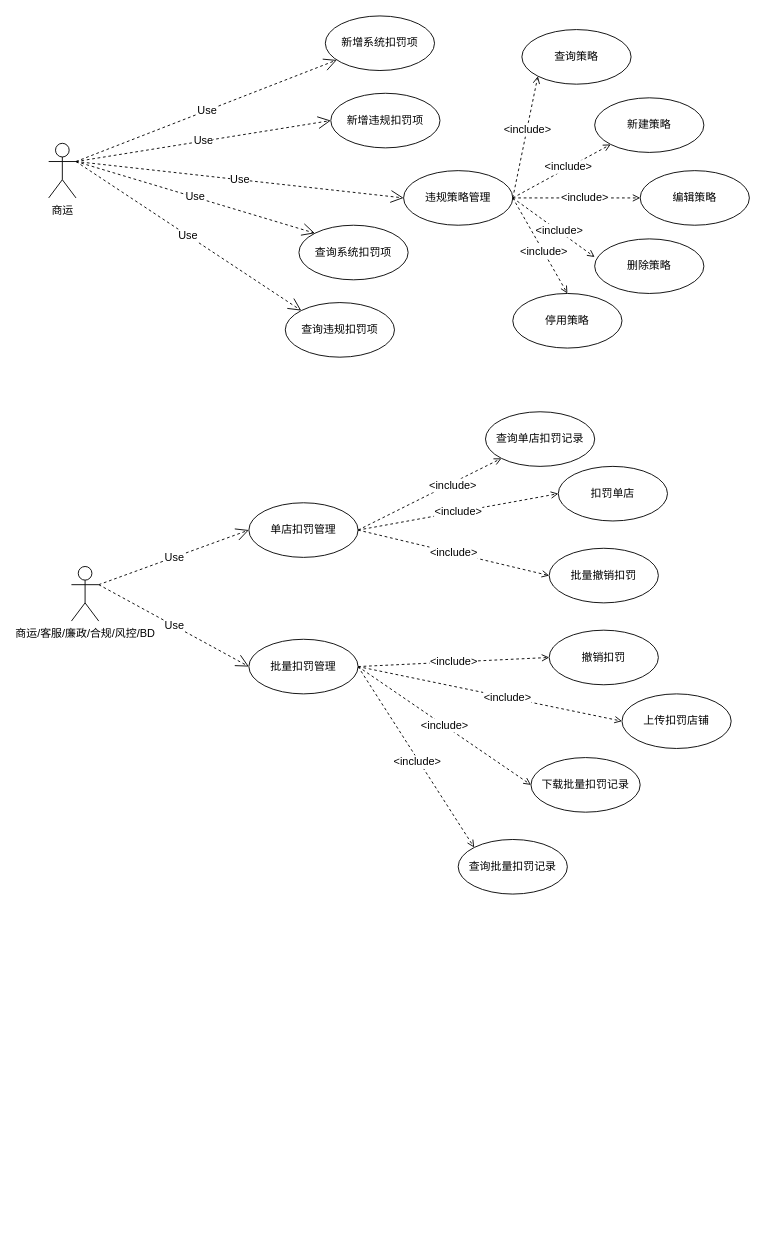
Before: page "用例图" (1 of 3) of 信用分架构.drawio in jon-kong/draw.io, a draw.io diagram. Source tidied: cells renumbered, new cells numbered last; positions are measured from the earlier drawing's top-left corner, leaving out a move shared by most shapes. Both pictures are drawn from the tidied source at 91%, with x=0, y=0 at pixel (48, 15).
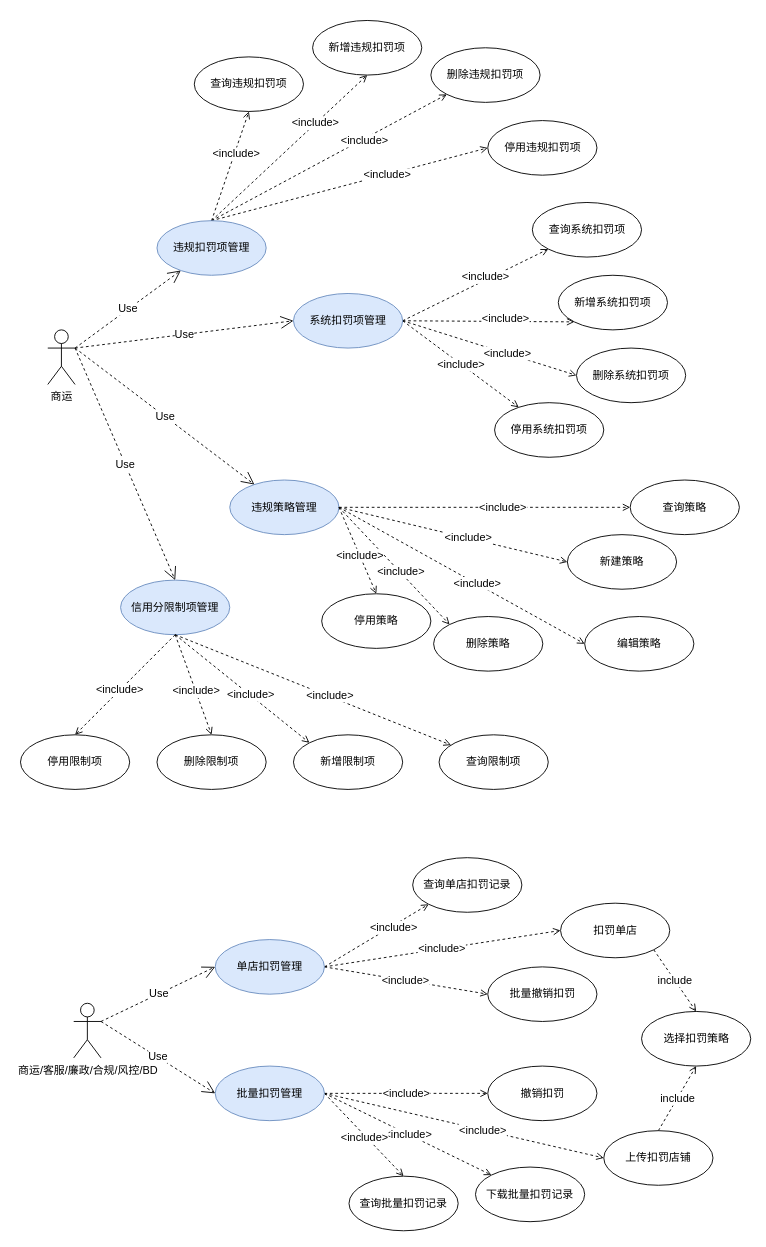
Above is the later version.

Commit message (it also covers changes not shown here):
Update 信用分架构.drawio

The edit, as a diff of the source:
```diff
@@
     <mxCell id="2" value="商运/客服/廉政/合规/风控/BD" style="shape=umlActor;verticalLabelPosition=bottom;labelBackgroundColor=#ffffff;verticalAlign=top;html=1;outlineConnect=0;glass=0;comic=0;strokeColor=#000000;fontSize=12;fontColor=#000000;" parent="1" vertex="1">
-      <mxGeometry x="25" y="605" width="30" height="60" as="geometry" />
+      <mxGeometry x="27.5" y="1085" width="30" height="60" as="geometry" />
     </mxCell>
     <mxCell id="3" value="商运" style="shape=umlActor;verticalLabelPosition=bottom;labelBackgroundColor=#ffffff;verticalAlign=top;html=1;outlineConnect=0;glass=0;comic=0;strokeColor=#000000;fontSize=12;fontColor=#000000;" parent="1" vertex="1">
-      <mxGeometry y="140" width="30" height="60" as="geometry" />
+      <mxGeometry x="-1" y="345" width="30" height="60" as="geometry" />
     </mxCell>
@@
-    <mxCell id="9" value="单店扣罚管理" style="ellipse;whiteSpace=wrap;html=1;glass=0;comic=0;strokeColor=#000000;fontSize=12;fontColor=#000000;" parent="1" vertex="1">
-      <mxGeometry x="220" y="535" width="120" height="60" as="geometry" />
+    <mxCell id="9" value="单店扣罚管理" style="ellipse;whiteSpace=wrap;html=1;glass=0;comic=0;strokeColor=#6c8ebf;fontSize=12;fillColor=#dae8fc;" parent="1" vertex="1">
+      <mxGeometry x="183" y="1015" width="120" height="60" as="geometry" />
     </mxCell>
@@
-    <mxCell id="11" value="&amp;lt;include&amp;gt;" style="edgeStyle=none;rounded=0;jettySize=auto;html=1;exitX=1;exitY=0.5;exitDx=0;exitDy=0;entryX=0;entryY=0.5;entryDx=0;entryDy=0;dashed=1;startArrow=none;startFill=0;endArrow=open;endFill=0;fontSize=12;fontColor=#000000;" parent="1" edge="1" source="16" target="25">
+    <mxCell id="11" value="&amp;lt;include&amp;gt;" style="edgeStyle=none;rounded=0;jettySize=auto;html=1;exitX=1;exitY=0.5;exitDx=0;exitDy=0;entryX=0;entryY=0;entryDx=0;entryDy=0;dashed=1;startArrow=none;startFill=0;endArrow=open;endFill=0;fontSize=12;fontColor=#000000;" parent="1" edge="1" source="16" target="25">
       <mxGeometry relative="1" as="geometry" />
     </mxCell>
-    <mxCell id="12" style="edgeStyle=none;rounded=0;jettySize=auto;html=1;exitX=1;exitY=0.5;exitDx=0;exitDy=0;entryX=0;entryY=0;entryDx=0;entryDy=0;dashed=1;startArrow=none;startFill=0;endArrow=open;endFill=0;fontSize=12;fontColor=#000000;" parent="1" edge="1" source="16" target="18">
+    <mxCell id="12" style="edgeStyle=none;rounded=0;jettySize=auto;html=1;exitX=1;exitY=0.5;exitDx=0;exitDy=0;entryX=0.5;entryY=0;entryDx=0;entryDy=0;dashed=1;startArrow=none;startFill=0;endArrow=open;endFill=0;fontSize=12;fontColor=#000000;" parent="1" edge="1" source="16" target="18">
       <mxGeometry relative="1" as="geometry" />
     </mxCell>
@@
-    <mxCell id="16" value="批量扣罚管理" style="ellipse;whiteSpace=wrap;html=1;glass=0;comic=0;strokeColor=#000000;fontSize=12;fontColor=#000000;" parent="1" vertex="1">
-      <mxGeometry x="220" y="685" width="120" height="60" as="geometry" />
+    <mxCell id="16" value="批量扣罚管理" style="ellipse;whiteSpace=wrap;html=1;glass=0;comic=0;strokeColor=#6c8ebf;fontSize=12;fillColor=#dae8fc;" parent="1" vertex="1">
+      <mxGeometry x="183" y="1154" width="120" height="60" as="geometry" />
     </mxCell>
     <mxCell id="17" value="查询单店扣罚记录" style="ellipse;whiteSpace=wrap;html=1;glass=0;comic=0;strokeColor=#000000;fontSize=12;fontColor=#000000;" parent="1" vertex="1">
-      <mxGeometry x="480" y="435" width="120" height="60" as="geometry" />
+      <mxGeometry x="400" y="925" width="120" height="60" as="geometry" />
     </mxCell>
     <mxCell id="18" value="查询批量扣罚记录" style="ellipse;whiteSpace=wrap;html=1;glass=0;comic=0;strokeColor=#000000;fontSize=12;fontColor=#000000;" parent="1" vertex="1">
-      <mxGeometry x="450" y="905" width="120" height="60" as="geometry" />
+      <mxGeometry x="330" y="1275" width="120" height="60" as="geometry" />
     </mxCell>
-    <mxCell id="19" style="edgeStyle=none;rounded=0;jettySize=auto;html=1;exitX=1;exitY=0.5;exitDx=0;exitDy=0;entryX=0;entryY=1;entryDx=0;entryDy=0;dashed=1;startArrow=none;startFill=0;endArrow=open;endFill=0;fontSize=12;fontColor=#000000;" parent="1" edge="1" source="21" target="35">
+    <mxCell id="19" style="edgeStyle=none;rounded=0;jettySize=auto;html=1;exitX=1;exitY=0.5;exitDx=0;exitDy=0;entryX=0;entryY=0.5;entryDx=0;entryDy=0;dashed=1;startArrow=none;startFill=0;endArrow=open;endFill=0;fontSize=12;fontColor=#000000;" parent="1" edge="1" source="21" target="35">
       <mxGeometry relative="1" as="geometry" />
     </mxCell>
@@
-    <mxCell id="21" value="违规策略管理" style="ellipse;whiteSpace=wrap;html=1;glass=0;comic=0;strokeColor=#000000;fontSize=12;fontColor=#000000;" parent="1" vertex="1">
-      <mxGeometry x="390" y="170" width="120" height="60" as="geometry" />
+    <mxCell id="21" value="违规策略管理" style="ellipse;whiteSpace=wrap;html=1;glass=0;comic=0;strokeColor=#6c8ebf;fontSize=12;fillColor=#dae8fc;" parent="1" vertex="1">
+      <mxGeometry x="199" y="510" width="120" height="60" as="geometry" />
     </mxCell>
@@
     <mxCell id="23" value="查询系统扣罚项" style="ellipse;whiteSpace=wrap;html=1;glass=0;comic=0;strokeColor=#000000;fontSize=12;fontColor=#000000;" parent="1" vertex="1">
-      <mxGeometry x="275" y="230" width="120" height="60" as="geometry" />
+      <mxGeometry x="531.5" y="205" width="120" height="60" as="geometry" />
     </mxCell>
-    <mxCell id="24" value="查询违规扣罚项" style="ellipse;whiteSpace=wrap;html=1;glass=0;comic=0;strokeColor=#000000;fontSize=12;fontColor=#000000;" parent="1" vertex="1">
-      <mxGeometry x="260" y="315" width="120" height="60" as="geometry" />
+    <mxCell id="24" value="新增违规扣罚项" style="ellipse;whiteSpace=wrap;html=1;glass=0;comic=0;strokeColor=#000000;fontSize=12;fontColor=#000000;" parent="1" vertex="1">
+      <mxGeometry x="290" y="5" width="120" height="60" as="geometry" />
     </mxCell>
     <mxCell id="25" value="下载批量扣罚记录" style="ellipse;whiteSpace=wrap;html=1;glass=0;comic=0;strokeColor=#000000;fontSize=12;fontColor=#000000;" parent="1" vertex="1">
-      <mxGeometry x="530" y="815" width="120" height="60" as="geometry" />
+      <mxGeometry x="469" y="1265" width="120" height="60" as="geometry" />
     </mxCell>
     <mxCell id="26" value="新建策略" style="ellipse;whiteSpace=wrap;html=1;glass=0;comic=0;strokeColor=#000000;fontSize=12;fontColor=#000000;" parent="1" vertex="1">
-      <mxGeometry x="600" y="90" width="120" height="60" as="geometry" />
+      <mxGeometry x="570" y="570" width="120" height="60" as="geometry" />
     </mxCell>
-    <mxCell id="27" value="Use" style="endArrow=open;endSize=12;dashed=1;html=1;fontSize=12;fontColor=#000000;entryX=0;entryY=0.5;entryDx=0;entryDy=0;exitX=1;exitY=0.3333333333333333;exitDx=0;exitDy=0;exitPerimeter=0;" parent="1" edge="1" source="3" target="21">
+    <mxCell id="27" value="Use" style="endArrow=open;endSize=12;dashed=1;html=1;fontSize=12;fontColor=#000000;exitX=1;exitY=0.3333333333333333;exitDx=0;exitDy=0;exitPerimeter=0;" parent="1" edge="1" source="3" target="21">
       <mxGeometry relative="1" as="geometry" />
     </mxCell>
+    <mxCell id="51" style="edgeStyle=none;rounded=0;jettySize=auto;html=1;exitX=0.5;exitY=0;exitDx=0;exitDy=0;entryX=0.5;entryY=1;entryDx=0;entryDy=0;dashed=1;startArrow=none;startFill=0;endArrow=open;endFill=0;fontSize=12;fontColor=#000000;" parent="1" edge="1" source="28" target="84">
+      <mxGeometry relative="1" as="geometry" />
+    </mxCell>
+    <mxCell id="52" value="&amp;lt;include&amp;gt;" style="edgeLabel;html=1;align=center;verticalAlign=middle;fontSize=12;fontColor=#000000;" parent="51" vertex="1">
+      <mxGeometry x="0.23" y="-1" relative="1" as="geometry" />
+    </mxCell>
+    <mxCell id="53" style="edgeStyle=none;rounded=0;jettySize=auto;html=1;exitX=0.5;exitY=0;exitDx=0;exitDy=0;entryX=0.5;entryY=1;entryDx=0;entryDy=0;dashed=1;startArrow=none;startFill=0;endArrow=open;endFill=0;fontSize=12;fontColor=#000000;" parent="1" edge="1" source="28" target="24">
+      <mxGeometry relative="1" as="geometry" />
+    </mxCell>
+    <mxCell id="54" value="&amp;lt;include&amp;gt;" style="edgeLabel;html=1;align=center;verticalAlign=middle;fontSize=12;fontColor=#000000;" parent="53" vertex="1">
+      <mxGeometry x="0.34" y="1" relative="1" as="geometry" />
+    </mxCell>
+    <mxCell id="55" style="edgeStyle=none;rounded=0;jettySize=auto;html=1;exitX=0.5;exitY=0;exitDx=0;exitDy=0;entryX=0;entryY=1;entryDx=0;entryDy=0;dashed=1;startArrow=none;startFill=0;endArrow=open;endFill=0;fontSize=12;fontColor=#000000;" parent="1" edge="1" source="28" target="85">
+      <mxGeometry relative="1" as="geometry" />
+    </mxCell>
+    <mxCell id="56" value="&amp;lt;include&amp;gt;" style="edgeLabel;html=1;align=center;verticalAlign=middle;fontSize=12;fontColor=#000000;" parent="55" vertex="1">
+      <mxGeometry x="0.29" y="-1" relative="1" as="geometry" />
+    </mxCell>
+    <mxCell id="57" style="edgeStyle=none;rounded=0;jettySize=auto;html=1;exitX=0.5;exitY=0;exitDx=0;exitDy=0;entryX=0;entryY=0.5;entryDx=0;entryDy=0;dashed=1;startArrow=none;startFill=0;endArrow=open;endFill=0;fontSize=12;fontColor=#000000;" parent="1" edge="1" source="28" target="86">
+      <mxGeometry relative="1" as="geometry" />
+    </mxCell>
+    <mxCell id="58" value="&amp;lt;include&amp;gt;" style="edgeLabel;html=1;align=center;verticalAlign=middle;fontSize=12;fontColor=#000000;" parent="57" vertex="1">
+      <mxGeometry x="0.27" relative="1" as="geometry" />
+    </mxCell>
-    <mxCell id="28" value="新增系统扣罚项" style="ellipse;whiteSpace=wrap;html=1;glass=0;comic=0;strokeColor=#000000;fontSize=12;fontColor=#000000;" parent="1" vertex="1">
-      <mxGeometry x="304" width="120" height="60" as="geometry" />
+    <mxCell id="28" value="违规扣罚项管理" style="ellipse;whiteSpace=wrap;html=1;glass=0;comic=0;strokeColor=#6c8ebf;fontSize=12;fillColor=#dae8fc;" parent="1" vertex="1">
+      <mxGeometry x="119" y="225" width="120" height="60" as="geometry" />
     </mxCell>
+    <mxCell id="59" style="edgeStyle=none;rounded=0;jettySize=auto;html=1;exitX=1;exitY=0.5;exitDx=0;exitDy=0;entryX=0;entryY=1;entryDx=0;entryDy=0;dashed=1;startArrow=none;startFill=0;endArrow=open;endFill=0;fontSize=12;fontColor=#000000;" parent="1" edge="1" source="29" target="23">
+      <mxGeometry relative="1" as="geometry" />
+    </mxCell>
+    <mxCell id="60" value="&amp;lt;include&amp;gt;" style="edgeLabel;html=1;align=center;verticalAlign=middle;fontSize=12;fontColor=#000000;" parent="59" vertex="1">
+      <mxGeometry x="0.17" y="3" relative="1" as="geometry">
+        <mxPoint x="-1" as="offset" />
+      </mxGeometry>
+    </mxCell>
+    <mxCell id="61" style="edgeStyle=none;rounded=0;jettySize=auto;html=1;exitX=1;exitY=0.5;exitDx=0;exitDy=0;entryX=0;entryY=1;entryDx=0;entryDy=0;dashed=1;startArrow=none;startFill=0;endArrow=open;endFill=0;fontSize=12;fontColor=#000000;" parent="1" edge="1" source="29" target="87">
+      <mxGeometry relative="1" as="geometry" />
+    </mxCell>
+    <mxCell id="62" value="&amp;lt;include&amp;gt;" style="edgeLabel;html=1;align=center;verticalAlign=middle;fontSize=12;fontColor=#000000;" parent="61" vertex="1">
+      <mxGeometry x="0.19" y="3" relative="1" as="geometry" />
+    </mxCell>
+    <mxCell id="63" style="edgeStyle=none;rounded=0;jettySize=auto;html=1;exitX=1;exitY=0.5;exitDx=0;exitDy=0;entryX=0;entryY=0.5;entryDx=0;entryDy=0;dashed=1;startArrow=none;startFill=0;endArrow=open;endFill=0;fontSize=12;fontColor=#000000;" parent="1" edge="1" source="29" target="89">
+      <mxGeometry relative="1" as="geometry" />
+    </mxCell>
+    <mxCell id="64" value="&amp;lt;include&amp;gt;" style="edgeLabel;html=1;align=center;verticalAlign=middle;fontSize=12;fontColor=#000000;" parent="63" vertex="1">
+      <mxGeometry x="0.2" y="1" relative="1" as="geometry" />
+    </mxCell>
+    <mxCell id="65" style="edgeStyle=none;rounded=0;jettySize=auto;html=1;exitX=1;exitY=0.5;exitDx=0;exitDy=0;dashed=1;startArrow=none;startFill=0;endArrow=open;endFill=0;fontSize=12;fontColor=#000000;" parent="1" edge="1" source="29" target="88">
+      <mxGeometry relative="1" as="geometry" />
+    </mxCell>
+    <mxCell id="66" value="&amp;lt;include&amp;gt;" style="edgeLabel;html=1;align=center;verticalAlign=middle;fontSize=12;fontColor=#000000;" parent="65" vertex="1">
+      <mxGeometry x="-0.01" relative="1" as="geometry" />
+    </mxCell>
-    <mxCell id="29" value="新增违规扣罚项" style="ellipse;whiteSpace=wrap;html=1;glass=0;comic=0;strokeColor=#000000;fontSize=12;fontColor=#000000;" parent="1" vertex="1">
-      <mxGeometry x="310" y="85" width="120" height="60" as="geometry" />
+    <mxCell id="29" value="系统扣罚项管理" style="ellipse;whiteSpace=wrap;html=1;glass=0;comic=0;strokeColor=#6c8ebf;fontSize=12;fillColor=#dae8fc;" parent="1" vertex="1">
+      <mxGeometry x="269" y="305" width="120" height="60" as="geometry" />
     </mxCell>
@@
-    <mxCell id="32" value="Use" style="endArrow=open;endSize=12;dashed=1;html=1;fontSize=12;fontColor=#000000;entryX=0;entryY=0;entryDx=0;entryDy=0;exitX=1;exitY=0.3333333333333333;exitDx=0;exitDy=0;exitPerimeter=0;" parent="1" edge="1" source="3" target="23">
-      <mxGeometry relative="1" as="geometry" />
-    </mxCell>
-    <mxCell id="33" value="Use" style="endArrow=open;endSize=12;dashed=1;html=1;fontSize=12;fontColor=#000000;entryX=0;entryY=0;entryDx=0;entryDy=0;exitX=1;exitY=0.3333333333333333;exitDx=0;exitDy=0;exitPerimeter=0;" parent="1" edge="1" source="3" target="24">
-      <mxGeometry relative="1" as="geometry" />
-    </mxCell>
@@
     <mxCell id="35" value="查询策略" style="ellipse;whiteSpace=wrap;html=1;glass=0;comic=0;strokeColor=#000000;fontSize=12;fontColor=#000000;" parent="1" vertex="1">
-      <mxGeometry x="520" y="15" width="120" height="60" as="geometry" />
+      <mxGeometry x="639" y="510" width="120" height="60" as="geometry" />
     </mxCell>
     <mxCell id="36" value="删除策略" style="ellipse;whiteSpace=wrap;html=1;glass=0;comic=0;strokeColor=#000000;fontSize=12;fontColor=#000000;" parent="1" vertex="1">
-      <mxGeometry x="600" y="245" width="120" height="60" as="geometry" />
+      <mxGeometry x="423" y="660" width="120" height="60" as="geometry" />
     </mxCell>
     <mxCell id="37" value="编辑策略" style="ellipse;whiteSpace=wrap;html=1;glass=0;comic=0;strokeColor=#000000;fontSize=12;fontColor=#000000;" parent="1" vertex="1">
-      <mxGeometry x="650" y="170" width="120" height="60" as="geometry" />
+      <mxGeometry x="589" y="660" width="120" height="60" as="geometry" />
     </mxCell>
     <mxCell id="38" value="停用策略" style="ellipse;whiteSpace=wrap;html=1;glass=0;comic=0;strokeColor=#000000;fontSize=12;fontColor=#000000;" parent="1" vertex="1">
-      <mxGeometry x="510" y="305" width="120" height="60" as="geometry" />
+      <mxGeometry x="300" y="635" width="120" height="60" as="geometry" />
     </mxCell>
-    <mxCell id="39" style="edgeStyle=none;rounded=0;jettySize=auto;html=1;exitX=1;exitY=0.5;exitDx=0;exitDy=0;entryX=0;entryY=1;entryDx=0;entryDy=0;dashed=1;startArrow=none;startFill=0;endArrow=open;endFill=0;fontSize=12;fontColor=#000000;" parent="1" edge="1" source="21" target="26">
+    <mxCell id="39" style="edgeStyle=none;rounded=0;jettySize=auto;html=1;exitX=1;exitY=0.5;exitDx=0;exitDy=0;entryX=0;entryY=0.5;entryDx=0;entryDy=0;dashed=1;startArrow=none;startFill=0;endArrow=open;endFill=0;fontSize=12;fontColor=#000000;" parent="1" edge="1" source="21" target="26">
       <mxGeometry relative="1" as="geometry" />
     </mxCell>
@@
-    <mxCell id="43" style="edgeStyle=none;rounded=0;jettySize=auto;html=1;exitX=1;exitY=0.5;exitDx=0;exitDy=0;entryX=0;entryY=0.333;entryDx=0;entryDy=0;dashed=1;startArrow=none;startFill=0;endArrow=open;endFill=0;fontSize=12;fontColor=#000000;entryPerimeter=0;" parent="1" edge="1" source="21" target="36">
+    <mxCell id="43" style="edgeStyle=none;rounded=0;jettySize=auto;html=1;exitX=1;exitY=0.5;exitDx=0;exitDy=0;entryX=0;entryY=0;entryDx=0;entryDy=0;dashed=1;startArrow=none;startFill=0;endArrow=open;endFill=0;fontSize=12;fontColor=#000000;" parent="1" edge="1" source="21" target="36">
       <mxGeometry relative="1" as="geometry" />
     </mxCell>
@@
     <mxCell id="47" value="批量撤销扣罚" style="ellipse;whiteSpace=wrap;html=1;glass=0;comic=0;strokeColor=#000000;fontSize=12;fontColor=#000000;" parent="1" vertex="1">
-      <mxGeometry x="550" y="585" width="120" height="60" as="geometry" />
+      <mxGeometry x="482.5" y="1045" width="120" height="60" as="geometry" />
     </mxCell>
+    <mxCell id="67" value="include" style="edgeStyle=none;rounded=0;jettySize=auto;html=1;exitX=1;exitY=1;exitDx=0;exitDy=0;entryX=0.5;entryY=0;entryDx=0;entryDy=0;dashed=1;startArrow=none;startFill=0;endArrow=open;endFill=0;fontSize=12;fontColor=#000000;" parent="1" edge="1" source="48" target="83">
+      <mxGeometry relative="1" as="geometry" />
+    </mxCell>
     <mxCell id="48" value="扣罚单店" style="ellipse;whiteSpace=wrap;html=1;glass=0;comic=0;strokeColor=#000000;fontSize=12;fontColor=#000000;" parent="1" vertex="1">
-      <mxGeometry x="560" y="495" width="120" height="60" as="geometry" />
+      <mxGeometry x="562.5" y="975" width="120" height="60" as="geometry" />
     </mxCell>
     <mxCell id="49" value="撤销扣罚" style="ellipse;whiteSpace=wrap;html=1;glass=0;comic=0;strokeColor=#000000;fontSize=12;fontColor=#000000;" parent="1" vertex="1">
-      <mxGeometry x="550" y="675" width="120" height="60" as="geometry" />
+      <mxGeometry x="482.5" y="1154" width="120" height="60" as="geometry" />
     </mxCell>
+    <mxCell id="68" value="include" style="edgeStyle=none;rounded=0;jettySize=auto;html=1;exitX=0.5;exitY=0;exitDx=0;exitDy=0;entryX=0.5;entryY=1;entryDx=0;entryDy=0;dashed=1;startArrow=none;startFill=0;endArrow=open;endFill=0;fontSize=12;fontColor=#000000;" parent="1" edge="1" source="50" target="83">
+      <mxGeometry relative="1" as="geometry" />
+    </mxCell>
     <mxCell id="50" value="上传扣罚店铺" style="ellipse;whiteSpace=wrap;html=1;glass=0;comic=0;strokeColor=#000000;fontSize=12;fontColor=#000000;" parent="1" vertex="1">
-      <mxGeometry x="630" y="745" width="120" height="60" as="geometry" />
+      <mxGeometry x="610" y="1225" width="120" height="60" as="geometry" />
     </mxCell>
+    <mxCell id="69" value="信用分限制项管理" style="ellipse;whiteSpace=wrap;html=1;glass=0;comic=0;strokeColor=#6c8ebf;fontSize=12;fillColor=#dae8fc;" parent="1" vertex="1">
+      <mxGeometry x="79" y="620" width="120" height="60" as="geometry" />
+    </mxCell>
+    <mxCell id="70" value="查询限制项" style="ellipse;whiteSpace=wrap;html=1;glass=0;comic=0;strokeColor=#000000;fontSize=12;fontColor=#000000;" parent="1" vertex="1">
+      <mxGeometry x="429" y="790" width="120" height="60" as="geometry" />
+    </mxCell>
+    <mxCell id="71" value="删除限制项" style="ellipse;whiteSpace=wrap;html=1;glass=0;comic=0;strokeColor=#000000;fontSize=12;fontColor=#000000;" parent="1" vertex="1">
+      <mxGeometry x="119" y="790" width="120" height="60" as="geometry" />
+    </mxCell>
+    <mxCell id="72" value="新增限制项" style="ellipse;whiteSpace=wrap;html=1;glass=0;comic=0;strokeColor=#000000;fontSize=12;fontColor=#000000;" parent="1" vertex="1">
+      <mxGeometry x="269" y="790" width="120" height="60" as="geometry" />
+    </mxCell>
+    <mxCell id="73" value="Use" style="endArrow=open;endSize=12;dashed=1;html=1;fontSize=12;fontColor=#000000;exitX=1;exitY=0.3333333333333333;exitDx=0;exitDy=0;exitPerimeter=0;entryX=0.5;entryY=0;entryDx=0;entryDy=0;" parent="1" edge="1" source="3" target="69">
+      <mxGeometry relative="1" as="geometry" />
+    </mxCell>
+    <mxCell id="74" value="停用限制项" style="ellipse;whiteSpace=wrap;html=1;glass=0;comic=0;strokeColor=#000000;fontSize=12;fontColor=#000000;" parent="1" vertex="1">
+      <mxGeometry x="-31" y="790" width="120" height="60" as="geometry" />
+    </mxCell>
+    <mxCell id="75" style="edgeStyle=none;rounded=0;jettySize=auto;html=1;exitX=0.5;exitY=1;exitDx=0;exitDy=0;dashed=1;startArrow=none;startFill=0;endArrow=open;endFill=0;fontSize=12;fontColor=#000000;" parent="1" edge="1" source="69" target="70">
+      <mxGeometry relative="1" as="geometry" />
+    </mxCell>
+    <mxCell id="76" value="&amp;lt;include&amp;gt;" style="edgeLabel;html=1;align=center;verticalAlign=middle;fontSize=12;fontColor=#000000;" parent="75" vertex="1">
+      <mxGeometry x="0.12" relative="1" as="geometry">
+        <mxPoint y="-1" as="offset" />
+      </mxGeometry>
+    </mxCell>
+    <mxCell id="77" style="edgeStyle=none;rounded=0;jettySize=auto;html=1;exitX=0.5;exitY=1;exitDx=0;exitDy=0;dashed=1;startArrow=none;startFill=0;endArrow=open;endFill=0;fontSize=12;fontColor=#000000;entryX=0;entryY=0;entryDx=0;entryDy=0;" parent="1" edge="1" source="69" target="72">
+      <mxGeometry relative="1" as="geometry" />
+    </mxCell>
+    <mxCell id="78" value="&amp;lt;include&amp;gt;" style="edgeLabel;html=1;align=center;verticalAlign=middle;fontSize=12;fontColor=#000000;" parent="77" vertex="1">
+      <mxGeometry x="0.12" relative="1" as="geometry">
+        <mxPoint y="-1" as="offset" />
+      </mxGeometry>
+    </mxCell>
+    <mxCell id="79" style="edgeStyle=none;rounded=0;jettySize=auto;html=1;exitX=0.5;exitY=1;exitDx=0;exitDy=0;dashed=1;startArrow=none;startFill=0;endArrow=open;endFill=0;fontSize=12;fontColor=#000000;entryX=0.5;entryY=0;entryDx=0;entryDy=0;" parent="1" edge="1" source="69" target="71">
+      <mxGeometry relative="1" as="geometry" />
+    </mxCell>
+    <mxCell id="80" value="&amp;lt;include&amp;gt;" style="edgeLabel;html=1;align=center;verticalAlign=middle;fontSize=12;fontColor=#000000;" parent="79" vertex="1">
+      <mxGeometry x="0.12" relative="1" as="geometry">
+        <mxPoint y="-1" as="offset" />
+      </mxGeometry>
+    </mxCell>
+    <mxCell id="81" style="edgeStyle=none;rounded=0;jettySize=auto;html=1;exitX=0.5;exitY=1;exitDx=0;exitDy=0;dashed=1;startArrow=none;startFill=0;endArrow=open;endFill=0;fontSize=12;fontColor=#000000;entryX=0.5;entryY=0;entryDx=0;entryDy=0;" parent="1" edge="1" source="69" target="74">
+      <mxGeometry relative="1" as="geometry" />
+    </mxCell>
+    <mxCell id="82" value="&amp;lt;include&amp;gt;" style="edgeLabel;html=1;align=center;verticalAlign=middle;fontSize=12;fontColor=#000000;" parent="81" vertex="1">
+      <mxGeometry x="0.12" relative="1" as="geometry">
+        <mxPoint y="-1" as="offset" />
+      </mxGeometry>
+    </mxCell>
+    <mxCell id="83" value="选择扣罚策略" style="ellipse;whiteSpace=wrap;html=1;glass=0;comic=0;strokeColor=#000000;fontSize=12;fontColor=#000000;" parent="1" vertex="1">
+      <mxGeometry x="651.5" y="1094" width="120" height="60" as="geometry" />
+    </mxCell>
+    <mxCell id="84" value="查询违规扣罚项" style="ellipse;whiteSpace=wrap;html=1;glass=0;comic=0;strokeColor=#000000;fontSize=12;fontColor=#000000;" parent="1" vertex="1">
+      <mxGeometry x="160" y="45" width="120" height="60" as="geometry" />
+    </mxCell>
+    <mxCell id="85" value="删除违规扣罚项" style="ellipse;whiteSpace=wrap;html=1;glass=0;comic=0;strokeColor=#000000;fontSize=12;fontColor=#000000;" parent="1" vertex="1">
+      <mxGeometry x="420" y="35" width="120" height="60" as="geometry" />
+    </mxCell>
+    <mxCell id="86" value="停用违规扣罚项" style="ellipse;whiteSpace=wrap;html=1;glass=0;comic=0;strokeColor=#000000;fontSize=12;fontColor=#000000;" parent="1" vertex="1">
+      <mxGeometry x="482.5" y="115" width="120" height="60" as="geometry" />
+    </mxCell>
+    <mxCell id="87" value="新增系统扣罚项" style="ellipse;whiteSpace=wrap;html=1;glass=0;comic=0;strokeColor=#000000;fontSize=12;fontColor=#000000;" parent="1" vertex="1">
+      <mxGeometry x="560" y="285" width="120" height="60" as="geometry" />
+    </mxCell>
+    <mxCell id="88" value="停用系统扣罚项" style="ellipse;whiteSpace=wrap;html=1;glass=0;comic=0;strokeColor=#000000;fontSize=12;fontColor=#000000;" parent="1" vertex="1">
+      <mxGeometry x="490" y="425" width="120" height="60" as="geometry" />
+    </mxCell>
+    <mxCell id="89" value="删除系统扣罚项" style="ellipse;whiteSpace=wrap;html=1;glass=0;comic=0;strokeColor=#000000;fontSize=12;fontColor=#000000;" parent="1" vertex="1">
+      <mxGeometry x="580" y="365" width="120" height="60" as="geometry" />
+    </mxCell>
```
